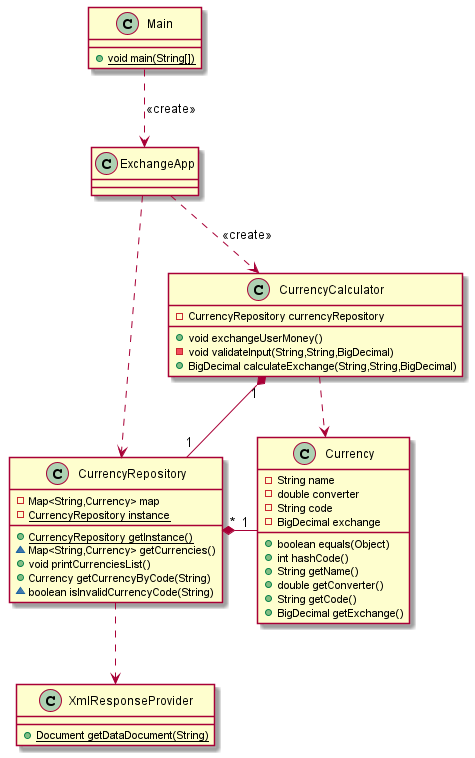
Earlier version of the PlantUML export Lab1/Diagram.png (nextprof/TO).
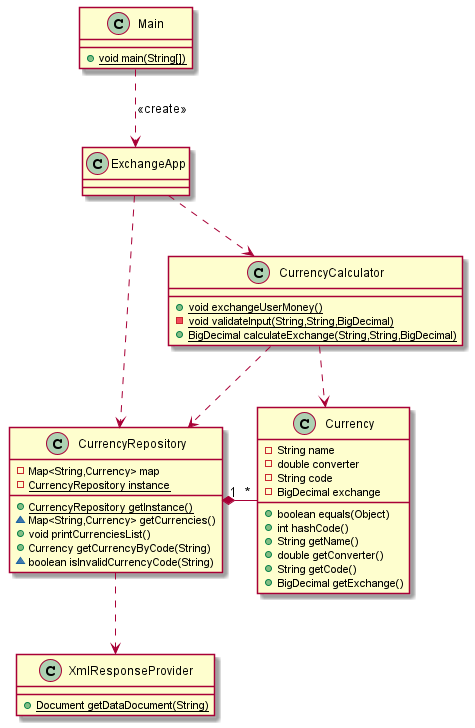
Above is the later version.

Commit message:
CurrencyCalculator constuctor removed and Diagram UML edited.

The edit, as a diff of the source:
```diff
@@ -29,17 +29,17 @@
 + {static} void main(String[])
 }
 class CurrencyCalculator {
-- CurrencyRepository currencyRepository
-+ void exchangeUserMoney()
-- void validateInput(String,String,BigDecimal)
-+ BigDecimal calculateExchange(String,String,BigDecimal)
++ {static} void exchangeUserMoney()
+- {static} void validateInput(String,String,BigDecimal)
++ {static} BigDecimal calculateExchange(String,String,BigDecimal)
 }
 
 Main ..> ExchangeApp : <<create>>
-ExchangeApp ..> CurrencyCalculator :<<create>>
+ExchangeApp ..> CurrencyCalculator
 ExchangeApp ..> CurrencyRepository
-CurrencyCalculator "1" *-- "1" CurrencyRepository
+CurrencyCalculator ..> CurrencyRepository
 CurrencyCalculator ..> Currency
-CurrencyRepository "*" *- "1" Currency
+CurrencyRepository "1" *- "*" Currency
 CurrencyRepository ..> XmlResponseProvider
+
 @enduml
```
